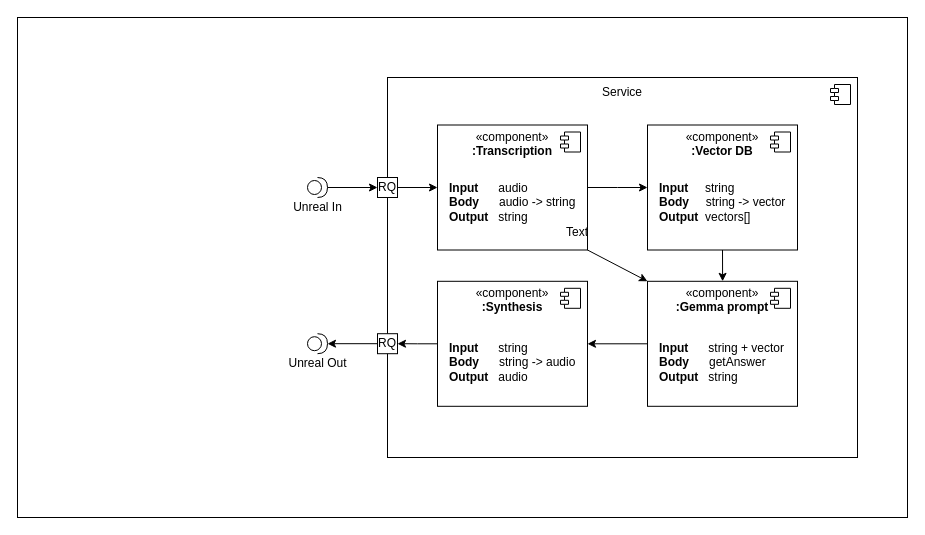
Above: TP.drawio in Jammz-kekw/MIP_clanok_AI_in_3D_welding (draw.io), before the change. Source tidied: cells renumbered, new cells numbered last; positions are measured from the earlier drawing's top-left corner, leaving out a move shared by most shapes. Both pictures are drawn from the tidied source at 100%, with x=0, y=0 at pixel (17, 17).
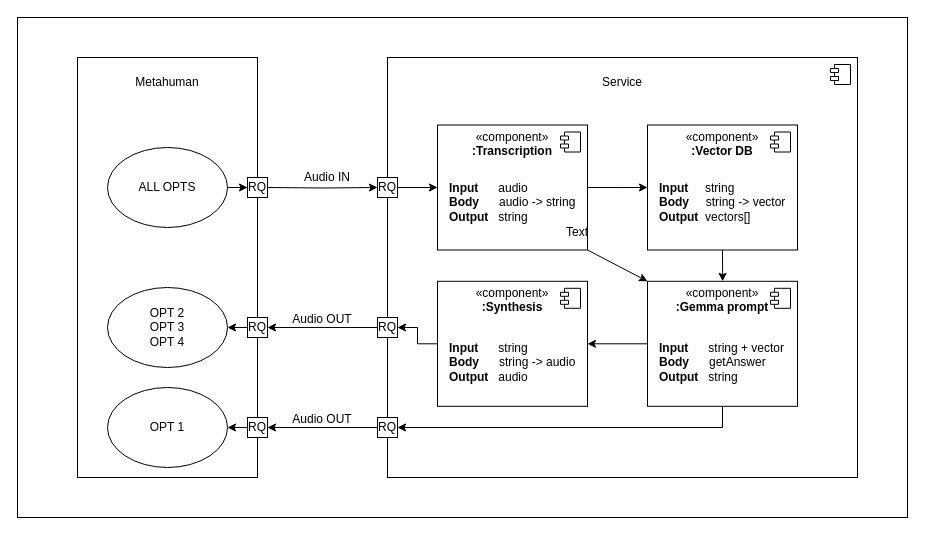
Above is the later version.

The change refers to these unchanged cells:
```xml
<mxCell id="8" value="RQ" style="whiteSpace=wrap;html=1;" parent="1" vertex="1">
  <mxGeometry x="360" y="160" width="20" height="20" as="geometry" />
</mxCell>
<mxCell id="16" value="«component»&lt;br&gt;&lt;b&gt;:Synthesis&lt;/b&gt;&lt;div&gt;&lt;b&gt;&lt;br&gt;&lt;/b&gt;&lt;/div&gt;&lt;div&gt;&lt;b&gt;&lt;br&gt;&lt;/b&gt;&lt;/div&gt;&lt;div&gt;&lt;b&gt;&lt;br&gt;&lt;/b&gt;&lt;/div&gt;&lt;div&gt;&lt;b&gt;&lt;br&gt;&lt;/b&gt;&lt;/div&gt;&lt;div&gt;&lt;b&gt;&lt;br&gt;&lt;/b&gt;&lt;/div&gt;&lt;div&gt;&lt;br&gt;&lt;/div&gt;" style="html=1;whiteSpace=wrap;" parent="1" vertex="1">
  <mxGeometry x="420" y="263.8" width="150" height="125" as="geometry" />
</mxCell>
<mxCell id="19" value="«component»&lt;br&gt;&lt;b&gt;:Gemma prompt&lt;/b&gt;&lt;div&gt;&lt;b&gt;&lt;br&gt;&lt;/b&gt;&lt;/div&gt;&lt;div&gt;&lt;b&gt;&lt;br&gt;&lt;/b&gt;&lt;/div&gt;&lt;div&gt;&lt;b&gt;&lt;br&gt;&lt;/b&gt;&lt;/div&gt;&lt;div&gt;&lt;b&gt;&lt;br&gt;&lt;/b&gt;&lt;/div&gt;&lt;div&gt;&lt;b&gt;&lt;br&gt;&lt;/b&gt;&lt;/div&gt;&lt;div&gt;&lt;b&gt;&lt;br&gt;&lt;/b&gt;&lt;/div&gt;" style="html=1;whiteSpace=wrap;" parent="1" vertex="1">
  <mxGeometry x="630" y="263.8" width="150" height="125" as="geometry" />
</mxCell>
```

The edit, as a diff of the source:
```diff
@@
+    <mxCell id="31" style="rounded=0;whiteSpace=wrap;html=1;" parent="1" vertex="1">
+      <mxGeometry x="60" y="40" width="180" height="420" as="geometry" />
+    </mxCell>
     <mxCell id="3" style="html=1;whiteSpace=wrap;" parent="1" vertex="1">
-      <mxGeometry x="370" y="60" width="470" height="380" as="geometry" />
+      <mxGeometry x="370" y="40" width="470" height="420" as="geometry" />
     </mxCell>
@@
-    <mxCell id="5" style="edgeStyle=orthogonalEdgeStyle;rounded=0;jettySize=auto;html=1;exitX=1;exitY=0.5;exitDx=0;exitDy=0;exitPerimeter=0;entryX=0;entryY=0.5;entryDx=0;entryDy=0;" parent="1" edge="1" source="6" target="8">
-      <mxGeometry relative="1" as="geometry" />
-    </mxCell>
-    <mxCell id="6" value="Unreal In" style="shape=providedRequiredInterface;html=1;verticalLabelPosition=bottom;sketch=0;" parent="1" vertex="1">
-      <mxGeometry x="290" y="160" width="20" height="20" as="geometry" />
-    </mxCell>
@@
-    <mxCell id="13" value="RQ" style="whiteSpace=wrap;html=1;" parent="1" vertex="1">
-      <mxGeometry x="360" y="316.2" width="20" height="20" as="geometry" />
-    </mxCell>
-    <mxCell id="14" value="Unreal Out" style="shape=providedRequiredInterface;html=1;verticalLabelPosition=bottom;sketch=0;" parent="1" vertex="1">
-      <mxGeometry x="290" y="316.2" width="20" height="20" as="geometry" />
-    </mxCell>
-    <mxCell id="15" style="edgeStyle=orthogonalEdgeStyle;rounded=0;jettySize=auto;html=1;exitX=0;exitY=0.5;exitDx=0;exitDy=0;entryX=1;entryY=0.5;entryDx=0;entryDy=0;" parent="1" edge="1" source="16" target="13">
-      <mxGeometry relative="1" as="geometry" />
-    </mxCell>
+    <mxCell id="32" style="edgeStyle=orthogonalEdgeStyle;rounded=0;jettySize=auto;html=1;exitX=0;exitY=0.5;exitDx=0;exitDy=0;entryX=1;entryY=0.5;entryDx=0;entryDy=0;" parent="1" edge="1" source="16" target="41">
+      <mxGeometry relative="1" as="geometry" />
+    </mxCell>
@@
+    <mxCell id="33" style="edgeStyle=orthogonalEdgeStyle;rounded=0;jettySize=auto;html=1;exitX=0.5;exitY=1;exitDx=0;exitDy=0;entryX=1;entryY=0.5;entryDx=0;entryDy=0;" parent="1" edge="1" source="19" target="39">
+      <mxGeometry relative="1" as="geometry" />
+    </mxCell>
@@
-    <mxCell id="23" style="edgeStyle=orthogonalEdgeStyle;rounded=0;jettySize=auto;html=1;exitX=0;exitY=0.5;exitDx=0;exitDy=0;entryX=1;entryY=0.5;entryDx=0;entryDy=0;entryPerimeter=0;" parent="1" edge="1" source="13" target="14">
-      <mxGeometry relative="1" as="geometry" />
-    </mxCell>
@@
     <mxCell id="30" value="Service" style="text;html=1;align=center;verticalAlign=middle;whiteSpace=wrap;rounded=0;" parent="1" vertex="1">
-      <mxGeometry x="575" y="60" width="60" height="30" as="geometry" />
+      <mxGeometry x="575" y="50" width="60" height="30" as="geometry" />
     </mxCell>
+    <mxCell id="34" value="OPT 1" style="ellipse;whiteSpace=wrap;html=1;" parent="1" vertex="1">
+      <mxGeometry x="90" y="370" width="120" height="80" as="geometry" />
+    </mxCell>
+    <mxCell id="35" value="OPT 2&lt;br&gt;OPT 3&lt;br&gt;OPT 4" style="ellipse;whiteSpace=wrap;html=1;" parent="1" vertex="1">
+      <mxGeometry x="90" y="270" width="120" height="80" as="geometry" />
+    </mxCell>
+    <mxCell id="36" style="edgeStyle=orthogonalEdgeStyle;rounded=0;jettySize=auto;html=1;exitX=1;exitY=0.5;exitDx=0;exitDy=0;entryX=0;entryY=0.5;entryDx=0;entryDy=0;" parent="1" edge="1" target="8">
+      <mxGeometry relative="1" as="geometry">
+        <mxPoint x="250" y="170" as="sourcePoint" />
+      </mxGeometry>
+    </mxCell>
+    <mxCell id="37" value="Audio IN" style="text;html=1;align=center;verticalAlign=middle;whiteSpace=wrap;rounded=0;" parent="1" vertex="1">
+      <mxGeometry x="280" y="145" width="60" height="30" as="geometry" />
+    </mxCell>
+    <mxCell id="38" style="edgeStyle=orthogonalEdgeStyle;rounded=0;jettySize=auto;html=1;exitX=0;exitY=0.5;exitDx=0;exitDy=0;entryX=1;entryY=0.5;entryDx=0;entryDy=0;" parent="1" edge="1" source="39">
+      <mxGeometry relative="1" as="geometry">
+        <mxPoint x="250" y="410" as="targetPoint" />
+      </mxGeometry>
+    </mxCell>
+    <mxCell id="39" value="RQ" style="whiteSpace=wrap;html=1;" parent="1" vertex="1">
+      <mxGeometry x="360" y="400" width="20" height="20" as="geometry" />
+    </mxCell>
+    <mxCell id="40" style="edgeStyle=orthogonalEdgeStyle;rounded=0;jettySize=auto;html=1;exitX=0;exitY=0.5;exitDx=0;exitDy=0;" parent="1" edge="1" source="41" target="49">
+      <mxGeometry relative="1" as="geometry" />
+    </mxCell>
+    <mxCell id="41" value="RQ" style="whiteSpace=wrap;html=1;" parent="1" vertex="1">
+      <mxGeometry x="360" y="300" width="20" height="20" as="geometry" />
+    </mxCell>
+    <mxCell id="42" style="edgeStyle=orthogonalEdgeStyle;rounded=0;jettySize=auto;html=1;exitX=1;exitY=0.5;exitDx=0;exitDy=0;" parent="1" edge="1" source="43" target="47">
+      <mxGeometry relative="1" as="geometry" />
+    </mxCell>
+    <mxCell id="43" value="ALL OPTS" style="ellipse;whiteSpace=wrap;html=1;" parent="1" vertex="1">
+      <mxGeometry x="90" y="130" width="120" height="80" as="geometry" />
+    </mxCell>
+    <mxCell id="44" value="Audio OUT" style="text;html=1;align=center;verticalAlign=middle;whiteSpace=wrap;rounded=0;" parent="1" vertex="1">
+      <mxGeometry x="270" y="287" width="70" height="30" as="geometry" />
+    </mxCell>
+    <mxCell id="45" value="Audio OUT" style="text;html=1;align=center;verticalAlign=middle;whiteSpace=wrap;rounded=0;" parent="1" vertex="1">
+      <mxGeometry x="270" y="386.8" width="70" height="30" as="geometry" />
+    </mxCell>
+    <mxCell id="46" value="Metahuman" style="text;html=1;align=center;verticalAlign=middle;whiteSpace=wrap;rounded=0;" parent="1" vertex="1">
+      <mxGeometry x="120" y="50" width="60" height="30" as="geometry" />
+    </mxCell>
+    <mxCell id="47" value="RQ" style="whiteSpace=wrap;html=1;" parent="1" vertex="1">
+      <mxGeometry x="230" y="160" width="20" height="20" as="geometry" />
+    </mxCell>
+    <mxCell id="48" style="edgeStyle=orthogonalEdgeStyle;rounded=0;jettySize=auto;html=1;exitX=0;exitY=0.5;exitDx=0;exitDy=0;entryX=1;entryY=0.5;entryDx=0;entryDy=0;" parent="1" edge="1" source="49" target="35">
+      <mxGeometry relative="1" as="geometry" />
+    </mxCell>
+    <mxCell id="49" value="RQ" style="whiteSpace=wrap;html=1;" parent="1" vertex="1">
+      <mxGeometry x="230" y="300" width="20" height="20" as="geometry" />
+    </mxCell>
+    <mxCell id="50" style="edgeStyle=orthogonalEdgeStyle;rounded=0;jettySize=auto;html=1;exitX=0;exitY=0.5;exitDx=0;exitDy=0;entryX=1;entryY=0.5;entryDx=0;entryDy=0;" parent="1" edge="1" source="51" target="34">
+      <mxGeometry relative="1" as="geometry" />
+    </mxCell>
+    <mxCell id="51" value="RQ" style="whiteSpace=wrap;html=1;" parent="1" vertex="1">
+      <mxGeometry x="230" y="400" width="20" height="20" as="geometry" />
+    </mxCell>
```
